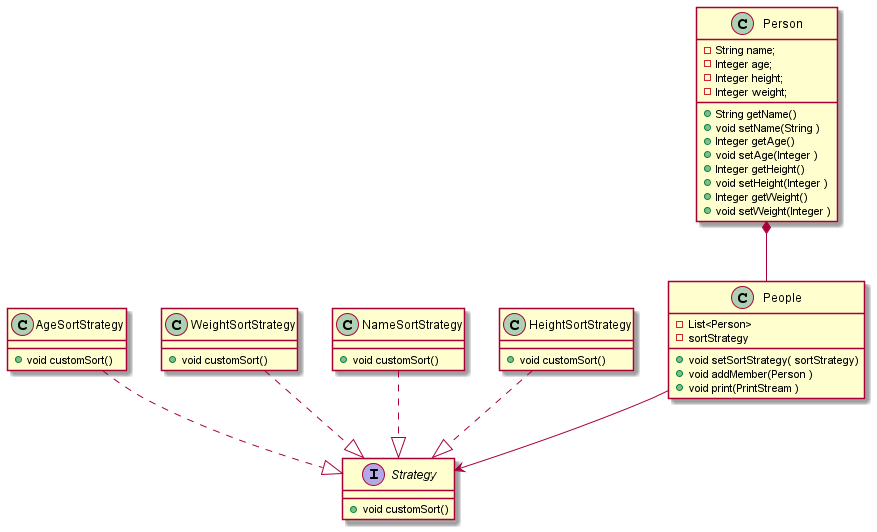
Earlier version of the PlantUML export Lab10/strategy_patt.png (blxsheep/SoftArch_KMITL).
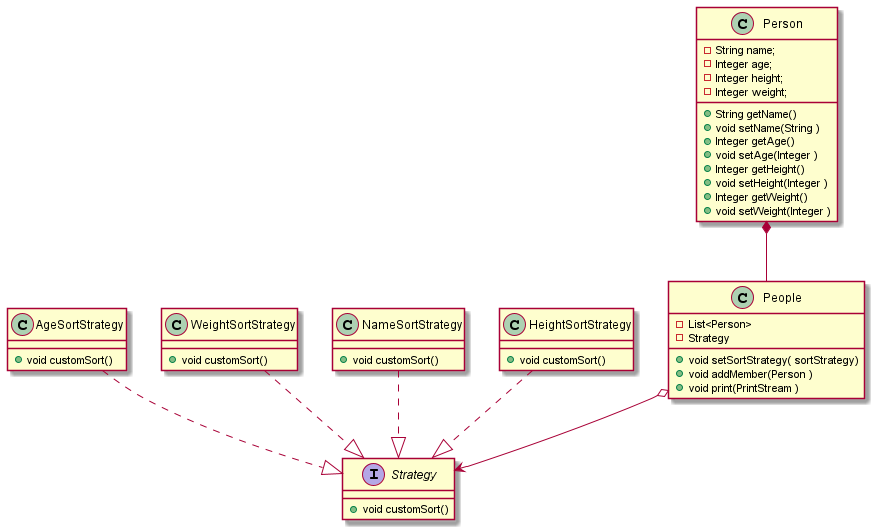
After the change.

What changed in the source:
```diff
@@ -4,7 +4,7 @@
     +void addMember(Person )
     +void print(PrintStream )
     - List<Person>
-    - sortStrategy
+    - Strategy
 }
 interface Strategy{
     + void customSort()
@@ -39,7 +39,7 @@
 
 }
 Person *-- People
-People --> Strategy
+People o--> Strategy
 AgeSortStrategy ..|> Strategy
 HeightSortStrategy ..|> Strategy
 NameSortStrategy ..|> Strategy
```
